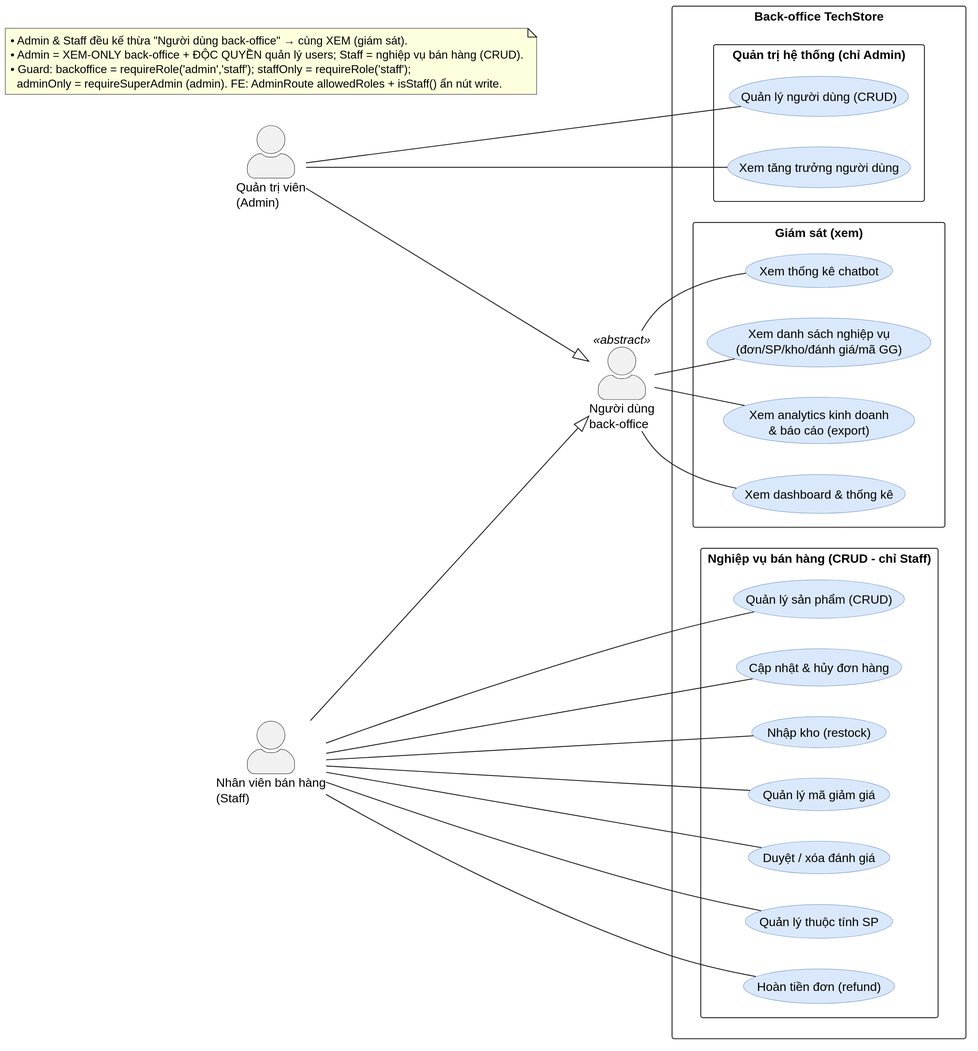
This is diagrams/usecase/usecase-03-overview-admin.svg from MinhThang1009/E-commerce-website, a PlantUML export, as it was before one commit. The source it was exported from:
```plantuml
@startuml
left to right direction
skinparam dpi 300
skinparam backgroundColor #FFFFFF
skinparam shadowing false
skinparam packageStyle rectangle
skinparam usecase {
  BackgroundColor #DAE8FC
  BorderColor #6C8EBF
}
skinparam actorStyle awesome

actor "Người dùng\nback-office" as bo <<abstract>>
actor "Quản trị viên\n(Admin)" as admin
actor "Nhân viên bán hàng\n(Staff)" as staff

admin --|> bo
staff --|> bo

rectangle "Back-office TechStore" {
  package "Giám sát (xem)" {
    usecase "Xem dashboard & thống kê" as UC_dash
    usecase "Xem analytics kinh doanh\n& báo cáo (export)" as UC_analytics
    usecase "Xem danh sách nghiệp vụ\n(đơn/SP/kho/đánh giá/mã GG)" as UC_list
    usecase "Xem thống kê chatbot" as UC_chatstat
  }
  package "Quản trị hệ thống (chỉ Admin)" {
    usecase "Quản lý người dùng (CRUD)" as UC_user
    usecase "Xem tăng trưởng người dùng" as UC_growth
  }
  package "Nghiệp vụ bán hàng (CRUD - chỉ Staff)" {
    usecase "Quản lý sản phẩm (CRUD)" as UC_product
    usecase "Cập nhật & hủy đơn hàng" as UC_order
    usecase "Nhập kho (restock)" as UC_stock
    usecase "Quản lý mã giảm giá" as UC_discount
    usecase "Duyệt / xóa đánh giá" as UC_review
    usecase "Quản lý thuộc tính SP" as UC_attr
    usecase "Hoàn tiền đơn (refund)" as UC_refund
  }
}

bo -- UC_dash
bo -- UC_analytics
bo -- UC_list
bo -- UC_chatstat

admin -- UC_user
admin -- UC_growth

staff -- UC_product
staff -- UC_order
staff -- UC_stock
staff -- UC_discount
staff -- UC_review
staff -- UC_attr
staff -- UC_refund

note as N1
  • Admin & Staff đều kế thừa "Người dùng back-office" → cùng XEM (giám sát).
  • Admin = XEM-ONLY back-office + ĐỘC QUYỀN quản lý users; Staff = nghiệp vụ bán hàng (CRUD).
  • Guard: backoffice = requireRole('admin','staff'); staffOnly = requireRole('staff');
    adminOnly = requireSuperAdmin (admin). FE: AdminRoute allowedRoles + isStaff() ẩn nút write.
end note
@enduml
```
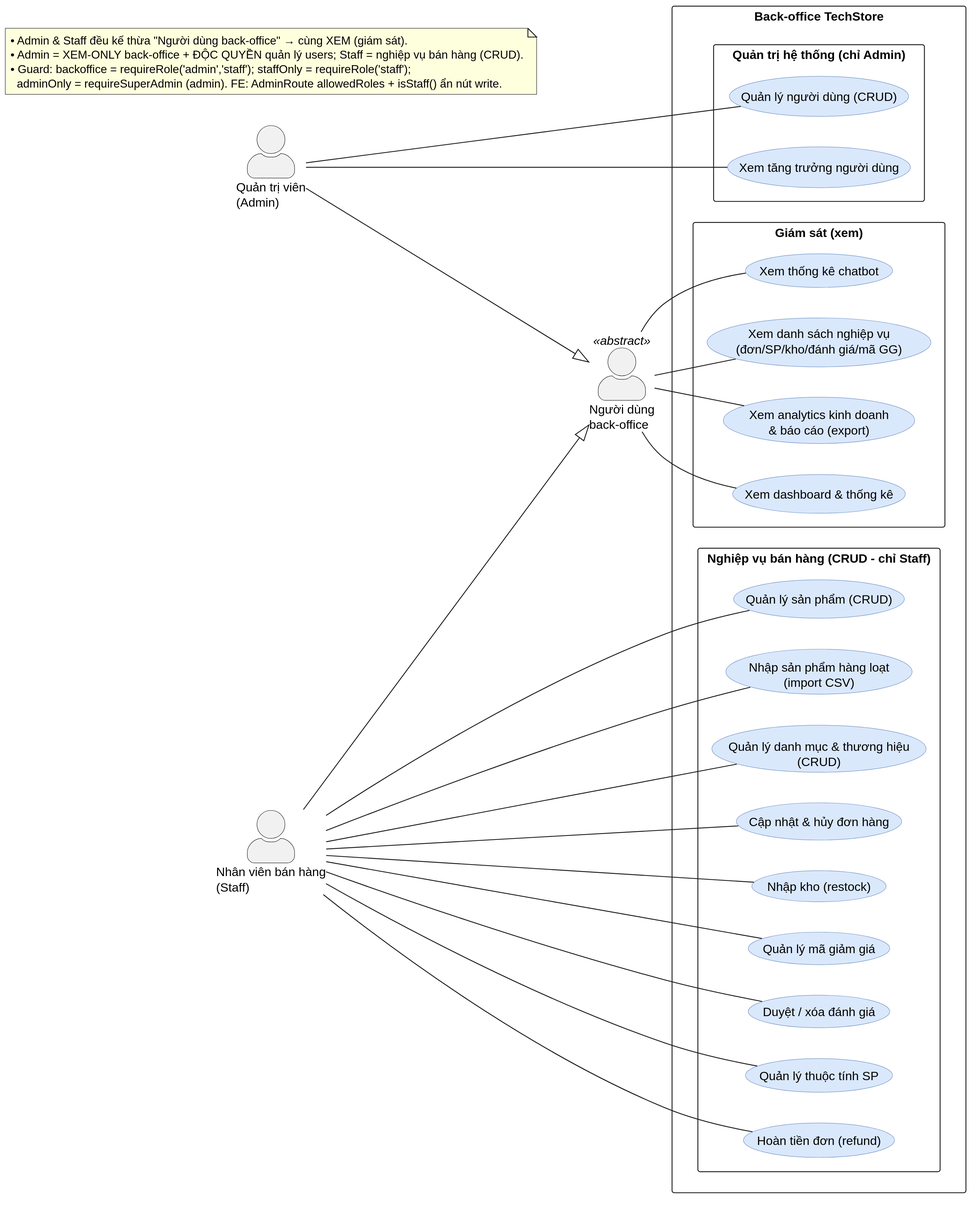
The same diagram one commit later.

Change to the diagram source:
```diff
@@ -30,6 +30,8 @@
   }
   package "Nghiệp vụ bán hàng (CRUD - chỉ Staff)" {
     usecase "Quản lý sản phẩm (CRUD)" as UC_product
+    usecase "Nhập sản phẩm hàng loạt\n(import CSV)" as UC_import
+    usecase "Quản lý danh mục & thương hiệu\n(CRUD)" as UC_catalog
     usecase "Cập nhật & hủy đơn hàng" as UC_order
     usecase "Nhập kho (restock)" as UC_stock
     usecase "Quản lý mã giảm giá" as UC_discount
@@ -48,6 +50,8 @@
 admin -- UC_growth
 
 staff -- UC_product
+staff -- UC_import
+staff -- UC_catalog
 staff -- UC_order
 staff -- UC_stock
 staff -- UC_discount
```
